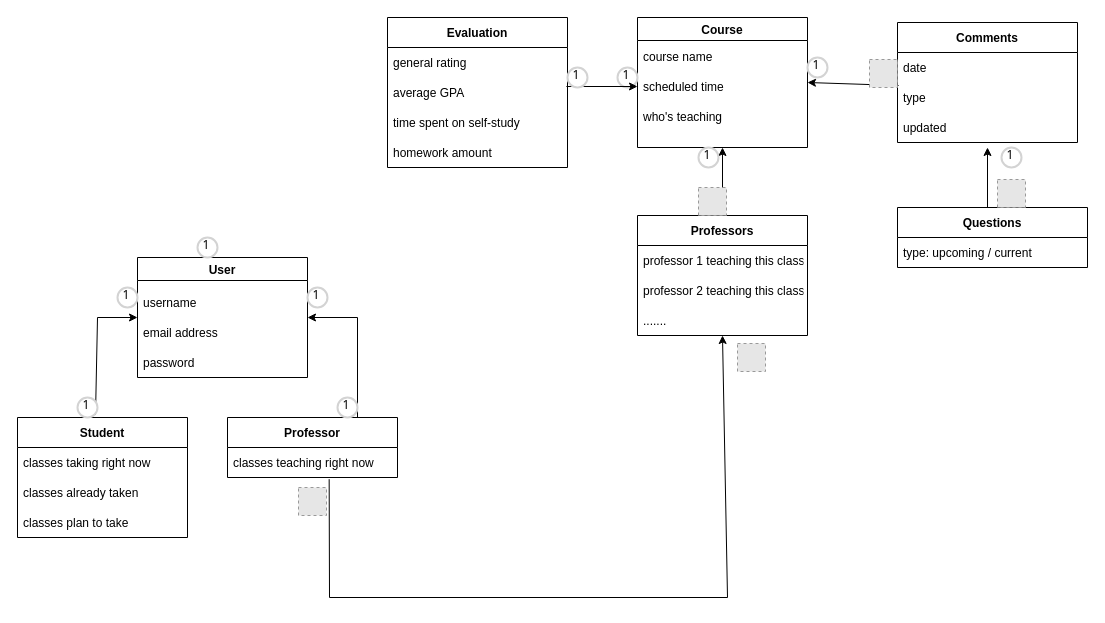
The draw.io diagram Domain Model.drawio in I-Dont-Want-An-F/Project, before the edit. Source tidied: cells renumbered, new cells numbered last; positions are measured from the earlier drawing's top-left corner, leaving out a move shared by most shapes. Both pictures are drawn from the tidied source at 100%, with x=0, y=0 at pixel (17, 17). Pictures stored in the file or linked from it are replaced by grey dashed boxes.
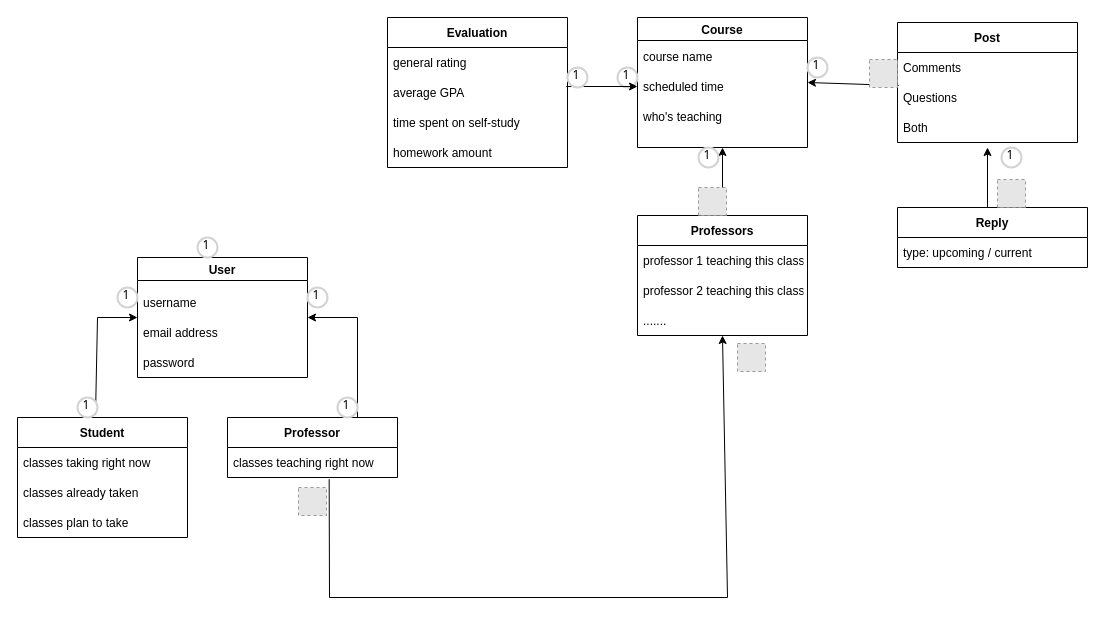
Above is the later version.

Change to the diagram source:
```diff
@@
-    <mxCell id="12" value="Comments" style="swimlane;fontStyle=1;horizontal=1;startSize=30;" parent="1" vertex="1">
+    <mxCell id="12" value="Post" style="swimlane;fontStyle=1;horizontal=1;startSize=30;" parent="1" vertex="1">
       <mxGeometry x="880" y="5" width="180" height="120" as="geometry" />
     </mxCell>
-    <mxCell id="13" value="date " style="text;strokeColor=none;fillColor=none;align=left;verticalAlign=middle;spacingLeft=4;spacingRight=4;overflow=hidden;" parent="12" vertex="1">
+    <mxCell id="13" value="Comments" style="text;strokeColor=none;fillColor=none;align=left;verticalAlign=middle;spacingLeft=4;spacingRight=4;overflow=hidden;" parent="12" vertex="1">
       <mxGeometry y="30" width="180" height="30" as="geometry" />
     </mxCell>
-    <mxCell id="14" value="type" style="text;strokeColor=none;fillColor=none;align=left;verticalAlign=middle;spacingLeft=4;spacingRight=4;overflow=hidden;points=[[0,0.5],[1,0.5]];portConstraint=eastwest;" parent="12" vertex="1">
+    <mxCell id="14" value="Questions" style="text;strokeColor=none;fillColor=none;align=left;verticalAlign=middle;spacingLeft=4;spacingRight=4;overflow=hidden;points=[[0,0.5],[1,0.5]];portConstraint=eastwest;" parent="12" vertex="1">
       <mxGeometry y="60" width="180" height="30" as="geometry" />
     </mxCell>
-    <mxCell id="15" value="updated" style="text;strokeColor=none;fillColor=none;align=left;verticalAlign=middle;spacingLeft=4;spacingRight=4;overflow=hidden;" parent="12" vertex="1">
+    <mxCell id="15" value="Both" style="text;strokeColor=none;fillColor=none;align=left;verticalAlign=middle;spacingLeft=4;spacingRight=4;overflow=hidden;" parent="12" vertex="1">
       <mxGeometry y="90" width="180" height="30" as="geometry" />
     </mxCell>
@@
-    <mxCell id="25" value="Questions" style="swimlane;fontStyle=1;horizontal=1;startSize=30;" parent="1" vertex="1">
+    <mxCell id="25" value="Reply" style="swimlane;fontStyle=1;horizontal=1;startSize=30;" parent="1" vertex="1">
       <mxGeometry x="880" y="190" width="190" height="60" as="geometry" />
     </mxCell>
```
